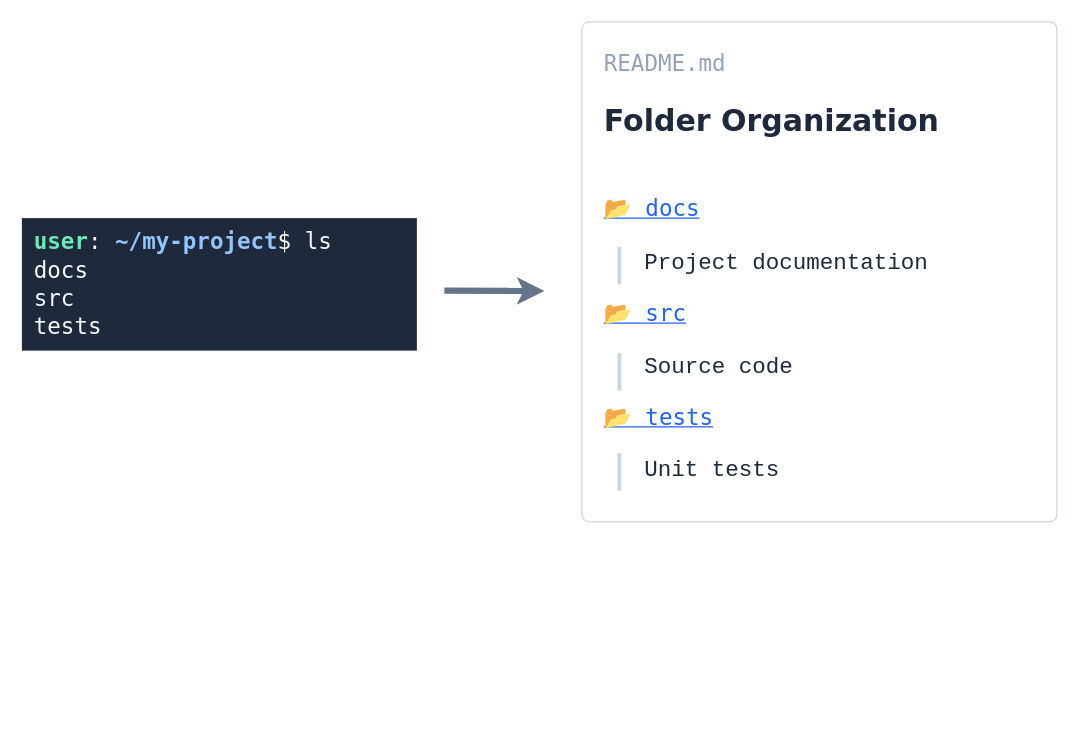
This is assets/img/terminal-arrow-result.drawio from folder-organization/folder-organization, a draw.io file, before an edit. Source tidied: cells renumbered, new cells numbered last; positions are measured from the earlier drawing's top-left corner, leaving out a move shared by most shapes. Both pictures are drawn from the tidied source at 125%, with x=0, y=0 at pixel (31, 21).
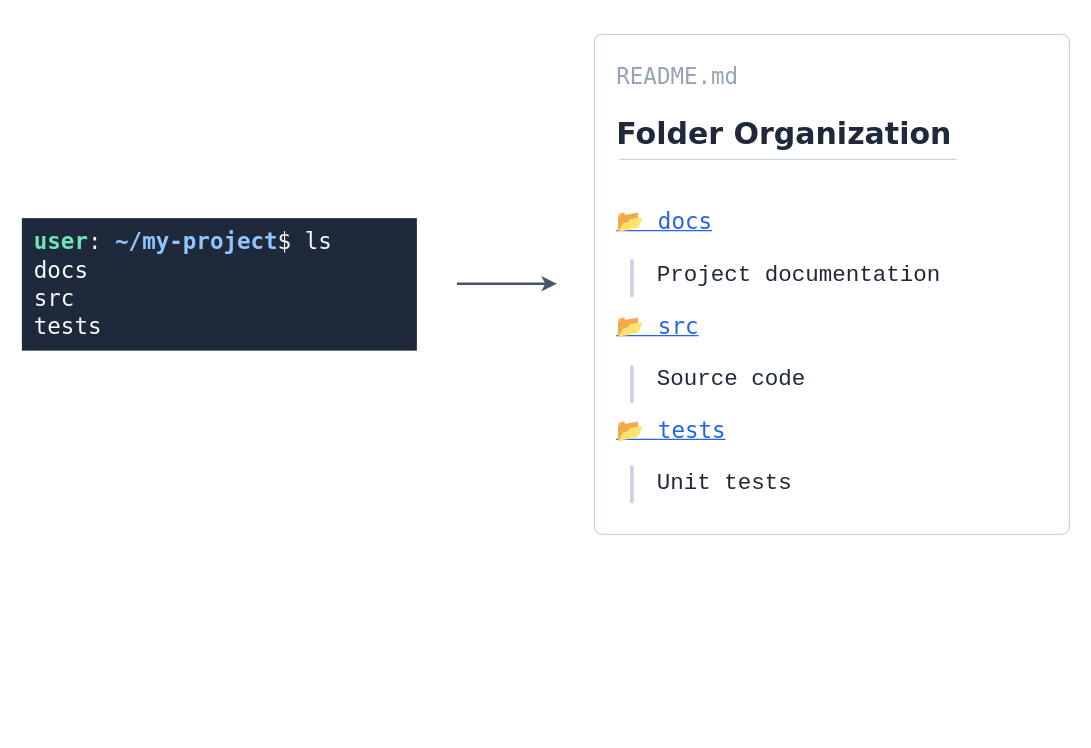
The same diagram, later.

Commit message:
chore: update presentation img

Change to the diagram source:
```diff
@@
 <mxGraphModel>
   <root>
     <mxCell id="0" />
     <mxCell id="1" parent="0" />
-    <mxCell id="2" style="group;" parent="1" vertex="1">
-      <mxGeometry x="440" width="380" height="400" as="geometry" />
-    </mxCell>
-    <mxCell id="3" style="endArrow=none;html=1;rounded=0;strokeColor=#CBD5E1;exitX=0.763;exitY=0.25;exitDx=0;exitDy=0;exitPerimeter=0;" parent="2" edge="1" source="5">
-      <mxGeometry relative="1" as="geometry">
-        <mxPoint x="20" y="100" as="targetPoint" />
-      </mxGeometry>
-    </mxCell>
-    <mxCell id="4" style="group;" parent="2" vertex="1">
-      <mxGeometry width="380" height="400" as="geometry" />
-    </mxCell>
+    <mxCell id="10" value="&lt;p style=&quot;line-height: 130%;&quot;&gt;&lt;/p&gt;&lt;div style=&quot;font-size: 18px;&quot; align=&quot;left&quot;&gt;&lt;font style=&quot;font-size: 18px;&quot; color=&quot;#6ee7b7&quot; face=&quot;Lucida Console&quot;&gt;&lt;b&gt;user&lt;/b&gt;&lt;/font&gt;&lt;font style=&quot;font-size: 18px;&quot; color=&quot;#f8fafc&quot; face=&quot;Lucida Console&quot;&gt;: &lt;/font&gt;&lt;font style=&quot;font-size: 18px;&quot; color=&quot;#93c5fd&quot; face=&quot;Lucida Console&quot;&gt;&lt;b&gt;~/my-project&lt;/b&gt;&lt;/font&gt;&lt;font style=&quot;font-size: 18px;&quot; color=&quot;#f8fafc&quot; face=&quot;Lucida Console&quot;&gt;$ ls&lt;br&gt;&lt;/font&gt;&lt;/div&gt;&lt;div style=&quot;font-size: 18px;&quot; align=&quot;left&quot;&gt;&lt;font style=&quot;font-size: 18px;&quot; color=&quot;#f8fafc&quot; face=&quot;Lucida Console&quot;&gt;docs&lt;/font&gt;&lt;/div&gt;&lt;div style=&quot;font-size: 18px;&quot; align=&quot;left&quot;&gt;&lt;font style=&quot;font-size: 18px;&quot; color=&quot;#f8fafc&quot; face=&quot;Lucida Console&quot;&gt;src&lt;/font&gt;&lt;/div&gt;&lt;div style=&quot;font-size: 18px;&quot; align=&quot;left&quot;&gt;&lt;font style=&quot;font-size: 18px;&quot; color=&quot;#f8fafc&quot; face=&quot;Lucida Console&quot;&gt;tests&lt;br&gt;&lt;/font&gt;&lt;/div&gt;&lt;p&gt;&lt;/p&gt;" style="rounded=0;whiteSpace=wrap;html=1;fillColor=#1e293b;align=left;strokeWidth=16;perimeterSpacing=0;strokeColor=#1E293B;" parent="1" vertex="1">
+      <mxGeometry y="165" width="300" height="90" as="geometry" />
+    </mxCell>
+    <mxCell id="12" style="group;" parent="1" vertex="1">
+      <mxGeometry x="450" y="10" width="380" height="400" as="geometry" />
+    </mxCell>
+    <mxCell id="13" style="group;" parent="12" vertex="1">
+      <mxGeometry width="380" height="400" as="geometry" />
+    </mxCell>
+    <mxCell id="14" style="group;" parent="13" vertex="1">
+      <mxGeometry width="380" height="400" as="geometry" />
+    </mxCell>
-    <mxCell id="5" value="&lt;div align=&quot;left&quot; style=&quot;font-size: 18px;&quot;&gt;&lt;font style=&quot;font-size: 18px;&quot; face=&quot;Lucida Console&quot; color=&quot;#94a3b8&quot;&gt;&lt;span style=&quot;font-size: 18px;&quot;&gt;&lt;/span&gt;&lt;span style=&quot;font-size: 18px;&quot;&gt;&lt;/span&gt;README.md&lt;/font&gt;&lt;/div&gt;&lt;div&gt;&lt;font color=&quot;#94a3b8&quot;&gt;&lt;br&gt;&lt;/font&gt;&lt;/div&gt;&lt;div style=&quot;font-size: 22px;&quot;&gt;&lt;b style=&quot;font-size: 24px;&quot;&gt;&lt;font color=&quot;#1e293b&quot; style=&quot;font-size: 24px;&quot;&gt;Folder Organization&lt;br&gt;&lt;/font&gt;&lt;/b&gt;&lt;/div&gt;&lt;div style=&quot;font-size: 22px;&quot;&gt;&lt;font color=&quot;#1e293b&quot; style=&quot;font-size: 22px;&quot;&gt;&lt;br&gt;&lt;/font&gt;&lt;/div&gt;&lt;p dir=&quot;auto&quot;&gt;&lt;font color=&quot;#2563eb&quot;&gt;&lt;code&gt;&lt;u&gt;📂 &lt;font face=&quot;Lucida Console&quot;&gt;docs&lt;/font&gt;&lt;/u&gt;&lt;/code&gt;&lt;/font&gt;&lt;/p&gt;&lt;p dir=&quot;auto&quot;&gt;&lt;font face=&quot;Verdana&quot; color=&quot;#1e293b&quot;&gt;&lt;code&gt;&amp;nbsp;&amp;nbsp; Project documentation&lt;/code&gt;&lt;/font&gt;&lt;/p&gt;&lt;p dir=&quot;auto&quot;&gt;&lt;font color=&quot;#2563eb&quot;&gt;&lt;code&gt;&lt;u&gt;📂 &lt;font face=&quot;Lucida Console&quot;&gt;src&lt;/font&gt;&lt;/u&gt;&lt;/code&gt;&lt;/font&gt;&lt;/p&gt;&lt;p dir=&quot;auto&quot;&gt;&lt;font face=&quot;Verdana&quot; color=&quot;#1e293b&quot;&gt;&lt;code&gt;&amp;nbsp;&amp;nbsp; Source code&lt;/code&gt;&lt;/font&gt;&lt;/p&gt;&lt;p dir=&quot;auto&quot;&gt;&lt;font color=&quot;#2563eb&quot;&gt;&lt;code&gt;&lt;u&gt;📂 &lt;font face=&quot;Lucida Console&quot;&gt;tests&lt;/font&gt;&lt;/u&gt;&lt;/code&gt;&lt;/font&gt;&lt;/p&gt;&lt;p dir=&quot;auto&quot;&gt;&lt;font face=&quot;Verdana&quot; color=&quot;#1e293b&quot;&gt;&lt;code&gt;&amp;nbsp;&amp;nbsp; Unit tests&lt;/code&gt;&lt;/font&gt;&lt;/p&gt;&lt;p dir=&quot;auto&quot;&gt;&lt;font face=&quot;Verdana&quot; color=&quot;#1e293b&quot;&gt;&lt;code&gt;&lt;br&gt;&lt;/code&gt;&lt;/font&gt;&lt;/p&gt;&lt;p dir=&quot;auto&quot;&gt;&lt;font color=&quot;#2563eb&quot;&gt;&lt;code&gt;&lt;u&gt;&lt;font face=&quot;Lucida Console&quot;&gt;&lt;br&gt;&lt;/font&gt;&lt;/u&gt;&lt;/code&gt;&lt;/font&gt;&lt;/p&gt;&lt;p dir=&quot;auto&quot;&gt;&lt;font color=&quot;#2563eb&quot;&gt;&lt;code&gt;&lt;u&gt;&lt;font face=&quot;Lucida Console&quot;&gt;&lt;br&gt;&lt;/font&gt;&lt;/u&gt;&lt;/code&gt;&lt;/font&gt;&lt;/p&gt;&lt;blockquote&gt;&lt;p dir=&quot;auto&quot;&gt;&lt;br&gt;&lt;/p&gt;&lt;/blockquote&gt;" style="rounded=1;whiteSpace=wrap;html=1;strokeColor=#cbd5e1;align=left;fontFamily=Verdana;fontSize=18;verticalAlign=top;glass=0;spacing=18;arcSize=12;absoluteArcSize=1;" parent="4" vertex="1">
+    <mxCell id="5" value="&lt;div align=&quot;left&quot; style=&quot;font-size: 18px;&quot;&gt;&lt;font style=&quot;font-size: 18px;&quot; face=&quot;Lucida Console&quot; color=&quot;#94a3b8&quot;&gt;&lt;span style=&quot;font-size: 18px;&quot;&gt;&lt;/span&gt;&lt;span style=&quot;font-size: 18px;&quot;&gt;&lt;/span&gt;README.md&lt;/font&gt;&lt;/div&gt;&lt;div&gt;&lt;font color=&quot;#94a3b8&quot;&gt;&lt;br&gt;&lt;/font&gt;&lt;/div&gt;&lt;div style=&quot;font-size: 22px;&quot;&gt;&lt;b style=&quot;font-size: 24px;&quot;&gt;&lt;font color=&quot;#1e293b&quot; style=&quot;font-size: 24px;&quot;&gt;Folder Organization&lt;br&gt;&lt;/font&gt;&lt;/b&gt;&lt;/div&gt;&lt;div style=&quot;font-size: 22px;&quot;&gt;&lt;font color=&quot;#1e293b&quot; style=&quot;font-size: 22px;&quot;&gt;&lt;br&gt;&lt;/font&gt;&lt;/div&gt;&lt;p dir=&quot;auto&quot;&gt;&lt;font color=&quot;#2563eb&quot;&gt;&lt;code&gt;&lt;u&gt;📂 &lt;font face=&quot;Lucida Console&quot;&gt;docs&lt;/font&gt;&lt;/u&gt;&lt;/code&gt;&lt;/font&gt;&lt;/p&gt;&lt;p dir=&quot;auto&quot;&gt;&lt;font face=&quot;Verdana&quot; color=&quot;#1e293b&quot;&gt;&lt;code&gt;&amp;nbsp;&amp;nbsp; Project documentation&lt;/code&gt;&lt;/font&gt;&lt;/p&gt;&lt;p dir=&quot;auto&quot;&gt;&lt;font color=&quot;#2563eb&quot;&gt;&lt;code&gt;&lt;u&gt;📂 &lt;font face=&quot;Lucida Console&quot;&gt;src&lt;/font&gt;&lt;/u&gt;&lt;/code&gt;&lt;/font&gt;&lt;/p&gt;&lt;p dir=&quot;auto&quot;&gt;&lt;font face=&quot;Verdana&quot; color=&quot;#1e293b&quot;&gt;&lt;code&gt;&amp;nbsp;&amp;nbsp; Source code&lt;/code&gt;&lt;/font&gt;&lt;/p&gt;&lt;p dir=&quot;auto&quot;&gt;&lt;font color=&quot;#2563eb&quot;&gt;&lt;code&gt;&lt;u&gt;📂 &lt;font face=&quot;Lucida Console&quot;&gt;tests&lt;/font&gt;&lt;/u&gt;&lt;/code&gt;&lt;/font&gt;&lt;/p&gt;&lt;p dir=&quot;auto&quot;&gt;&lt;font face=&quot;Verdana&quot; color=&quot;#1e293b&quot;&gt;&lt;code&gt;&amp;nbsp;&amp;nbsp; Unit tests&lt;/code&gt;&lt;/font&gt;&lt;/p&gt;&lt;p dir=&quot;auto&quot;&gt;&lt;font face=&quot;Verdana&quot; color=&quot;#1e293b&quot;&gt;&lt;code&gt;&lt;br&gt;&lt;/code&gt;&lt;/font&gt;&lt;/p&gt;&lt;p dir=&quot;auto&quot;&gt;&lt;font color=&quot;#2563eb&quot;&gt;&lt;code&gt;&lt;u&gt;&lt;font face=&quot;Lucida Console&quot;&gt;&lt;br&gt;&lt;/font&gt;&lt;/u&gt;&lt;/code&gt;&lt;/font&gt;&lt;/p&gt;&lt;p dir=&quot;auto&quot;&gt;&lt;font color=&quot;#2563eb&quot;&gt;&lt;code&gt;&lt;u&gt;&lt;font face=&quot;Lucida Console&quot;&gt;&lt;br&gt;&lt;/font&gt;&lt;/u&gt;&lt;/code&gt;&lt;/font&gt;&lt;/p&gt;&lt;blockquote&gt;&lt;p dir=&quot;auto&quot;&gt;&lt;br&gt;&lt;/p&gt;&lt;/blockquote&gt;" style="rounded=1;whiteSpace=wrap;html=1;strokeColor=#cbd5e1;align=left;fontFamily=Verdana;fontSize=18;verticalAlign=top;glass=0;spacing=18;arcSize=12;absoluteArcSize=1;" parent="14" vertex="1">
       <mxGeometry width="380" height="400" as="geometry" />
     </mxCell>
-    <mxCell id="6" style="group;" parent="4" vertex="1">
+    <mxCell id="6" style="group;" parent="14" vertex="1">
       <mxGeometry x="30" y="180" height="195" as="geometry" />
     </mxCell>
-    <mxCell id="7" style="endArrow=none;html=1;rounded=0;strokeColor=#CBD5E1;strokeWidth=3;" parent="6" edge="1">
-      <mxGeometry relative="1" as="geometry">
-        <mxPoint y="30" as="sourcePoint" />
-        <mxPoint as="targetPoint" />
-      </mxGeometry>
-    </mxCell>
-    <mxCell id="8" style="endArrow=none;html=1;rounded=0;strokeColor=#CBD5E1;strokeWidth=3;" parent="6" edge="1">
-      <mxGeometry relative="1" as="geometry">
-        <mxPoint y="115" as="sourcePoint" />
-        <mxPoint y="85" as="targetPoint" />
-      </mxGeometry>
-    </mxCell>
-    <mxCell id="9" style="endArrow=none;html=1;rounded=0;strokeColor=#CBD5E1;strokeWidth=3;" parent="6" edge="1">
-      <mxGeometry relative="1" as="geometry">
-        <mxPoint y="195" as="sourcePoint" />
-        <mxPoint y="165" as="targetPoint" />
-      </mxGeometry>
-    </mxCell>
-    <mxCell id="10" value="&lt;p style=&quot;line-height: 130%;&quot;&gt;&lt;/p&gt;&lt;div style=&quot;font-size: 18px;&quot; align=&quot;left&quot;&gt;&lt;font style=&quot;font-size: 18px;&quot; color=&quot;#6ee7b7&quot; face=&quot;Lucida Console&quot;&gt;&lt;b&gt;user&lt;/b&gt;&lt;/font&gt;&lt;font style=&quot;font-size: 18px;&quot; color=&quot;#f8fafc&quot; face=&quot;Lucida Console&quot;&gt;: &lt;/font&gt;&lt;font style=&quot;font-size: 18px;&quot; color=&quot;#93c5fd&quot; face=&quot;Lucida Console&quot;&gt;&lt;b&gt;~/my-project&lt;/b&gt;&lt;/font&gt;&lt;font style=&quot;font-size: 18px;&quot; color=&quot;#f8fafc&quot; face=&quot;Lucida Console&quot;&gt;$ ls&lt;br&gt;&lt;/font&gt;&lt;/div&gt;&lt;div style=&quot;font-size: 18px;&quot; align=&quot;left&quot;&gt;&lt;font style=&quot;font-size: 18px;&quot; color=&quot;#f8fafc&quot; face=&quot;Lucida Console&quot;&gt;docs&lt;/font&gt;&lt;/div&gt;&lt;div style=&quot;font-size: 18px;&quot; align=&quot;left&quot;&gt;&lt;font style=&quot;font-size: 18px;&quot; color=&quot;#f8fafc&quot; face=&quot;Lucida Console&quot;&gt;src&lt;/font&gt;&lt;/div&gt;&lt;div style=&quot;font-size: 18px;&quot; align=&quot;left&quot;&gt;&lt;font style=&quot;font-size: 18px;&quot; color=&quot;#f8fafc&quot; face=&quot;Lucida Console&quot;&gt;tests&lt;br&gt;&lt;/font&gt;&lt;/div&gt;&lt;p&gt;&lt;/p&gt;" style="rounded=0;whiteSpace=wrap;html=1;fillColor=#1e293b;align=left;strokeWidth=16;perimeterSpacing=0;strokeColor=#1E293B;verticalAlign=middle;" parent="1" vertex="1">
-      <mxGeometry y="165" width="300" height="90" as="geometry" />
-    </mxCell>
-    <mxCell id="11" style="endArrow=classic;html=1;rounded=0;entryX=0;entryY=0.538;entryDx=0;entryDy=0;entryPerimeter=0;strokeWidth=5;strokeColor=#64748b;" parent="1" edge="1">
-      <mxGeometry relative="1" as="geometry">
-        <mxPoint x="330" y="215" as="sourcePoint" />
-        <mxPoint x="410" y="215.2" as="targetPoint" />
-      </mxGeometry>
-    </mxCell>
+    <mxCell id="15" style="endArrow=none;html=1;rounded=0;strokeColor=#CBD5E1;strokeWidth=3;" parent="6" edge="1">
+      <mxGeometry relative="1" as="geometry">
+        <mxPoint y="30" as="sourcePoint" />
+        <mxPoint as="targetPoint" />
+      </mxGeometry>
+    </mxCell>
+    <mxCell id="16" style="endArrow=none;html=1;rounded=0;strokeColor=#CBD5E1;strokeWidth=3;" parent="6" edge="1">
+      <mxGeometry relative="1" as="geometry">
+        <mxPoint y="115" as="sourcePoint" />
+        <mxPoint y="85" as="targetPoint" />
+      </mxGeometry>
+    </mxCell>
+    <mxCell id="17" style="endArrow=none;html=1;rounded=0;strokeColor=#CBD5E1;strokeWidth=3;" parent="6" edge="1">
+      <mxGeometry relative="1" as="geometry">
+        <mxPoint y="195" as="sourcePoint" />
+        <mxPoint y="165" as="targetPoint" />
+      </mxGeometry>
+    </mxCell>
+    <mxCell id="18" style="endArrow=none;html=1;rounded=0;strokeColor=#CBD5E1;exitX=0.763;exitY=0.25;exitDx=0;exitDy=0;exitPerimeter=0;" parent="13" edge="1" source="5">
+      <mxGeometry relative="1" as="geometry">
+        <mxPoint x="20" y="100" as="targetPoint" />
+      </mxGeometry>
+    </mxCell>
+    <mxCell id="19" style="endArrow=classic;html=1;rounded=0;strokeWidth=2;strokeColor=#475569;" parent="1" edge="1">
+      <mxGeometry relative="1" as="geometry">
+        <mxPoint x="340" y="209.5" as="sourcePoint" />
+        <mxPoint x="420" y="209.5" as="targetPoint" />
+      </mxGeometry>
+    </mxCell>
   </root>
 </mxGraphModel>
```
